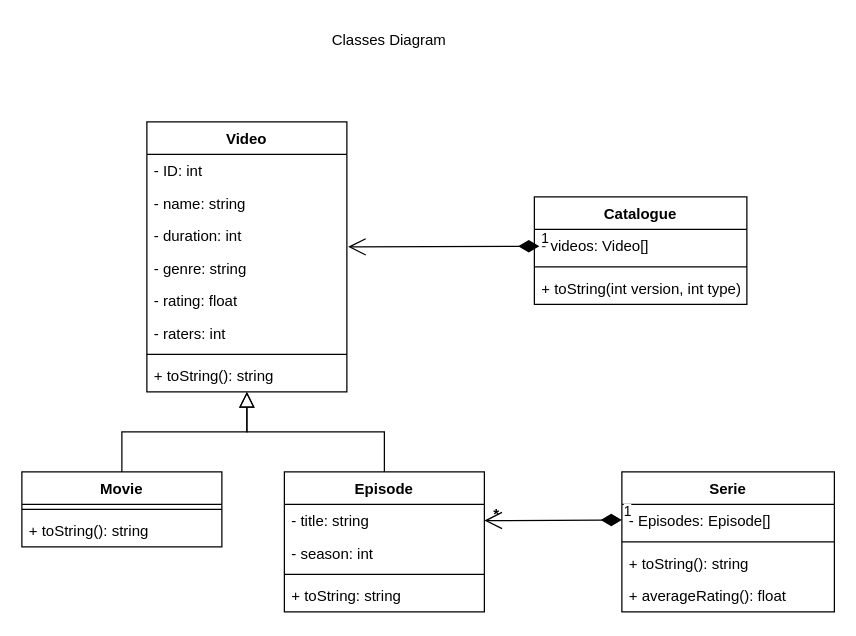
Earlier version of the draw.io diagram Classes Diagram.drawio (AntonioLaurance/Modelado-de-Streaming). Source tidied: cells renumbered, new cells numbered last; positions are measured from the earlier drawing's top-left corner, leaving out a move shared by most shapes. Both pictures are drawn from the tidied source at 125%, with x=0, y=0 at pixel (21, 21).
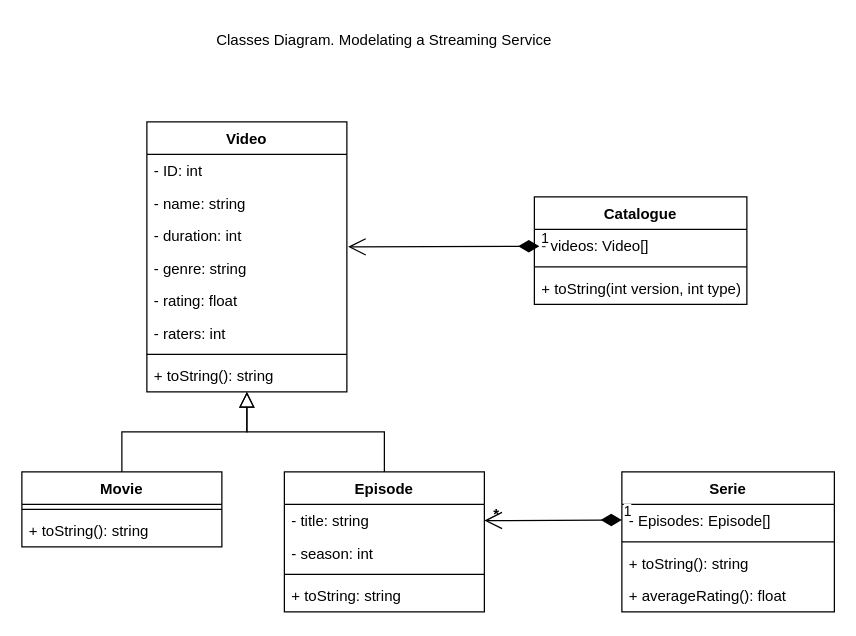
Above is the later version.

The edit, as a diff of the source:
```diff
@@
-    <mxCell id="21" value="Classes Diagram" style="text;html=1;strokeColor=none;fillColor=none;align=center;verticalAlign=middle;whiteSpace=wrap;rounded=0;" parent="1" vertex="1">
-      <mxGeometry x="224" width="140" height="30" as="geometry" />
+    <mxCell id="21" value="Classes Diagram. Modelating a Streaming Service" style="text;html=1;strokeColor=none;fillColor=none;align=center;verticalAlign=middle;whiteSpace=wrap;rounded=0;" parent="1" vertex="1">
+      <mxGeometry x="137" width="306" height="30" as="geometry" />
     </mxCell>
```
